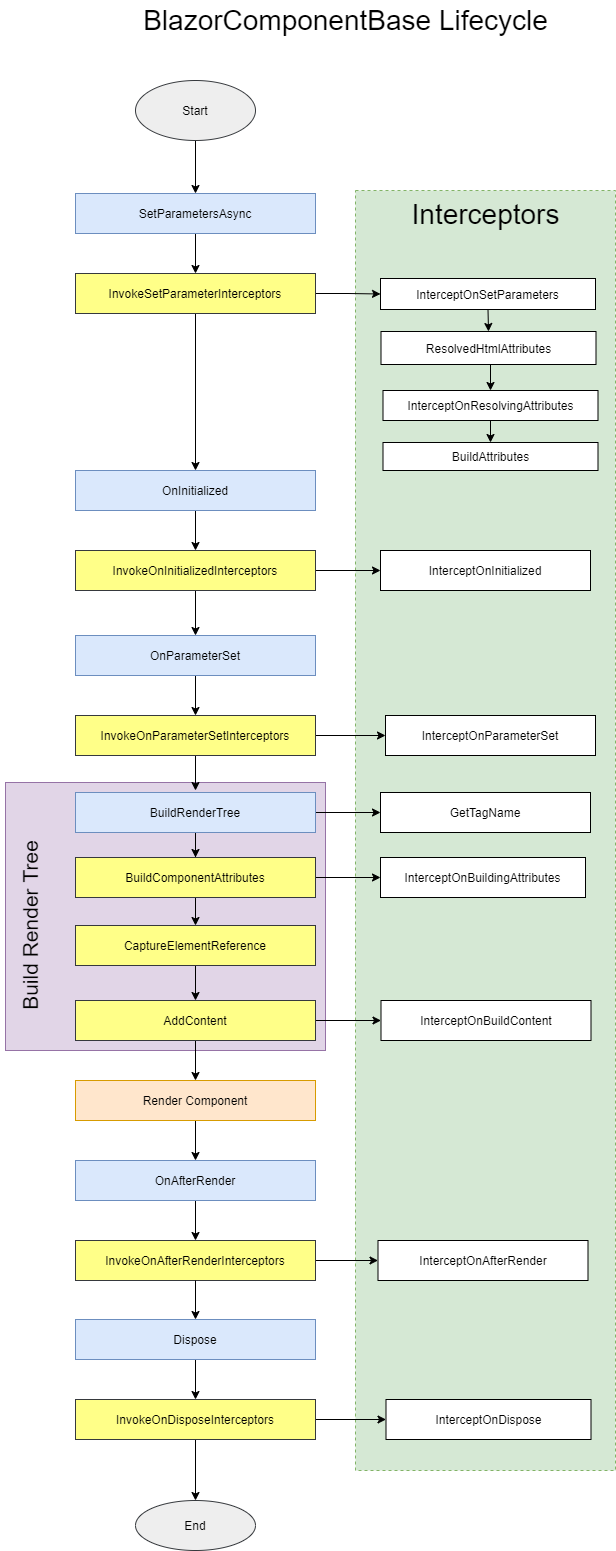
Above: asset/BlazorComponentBaseLifecycle.png in teacher-zhou/ComponentBuilder (draw.io), before the change. Source tidied: cells renumbered, new cells last; positions are measured from the earlier drawing's top-left corner, leaving out a move shared by most shapes.
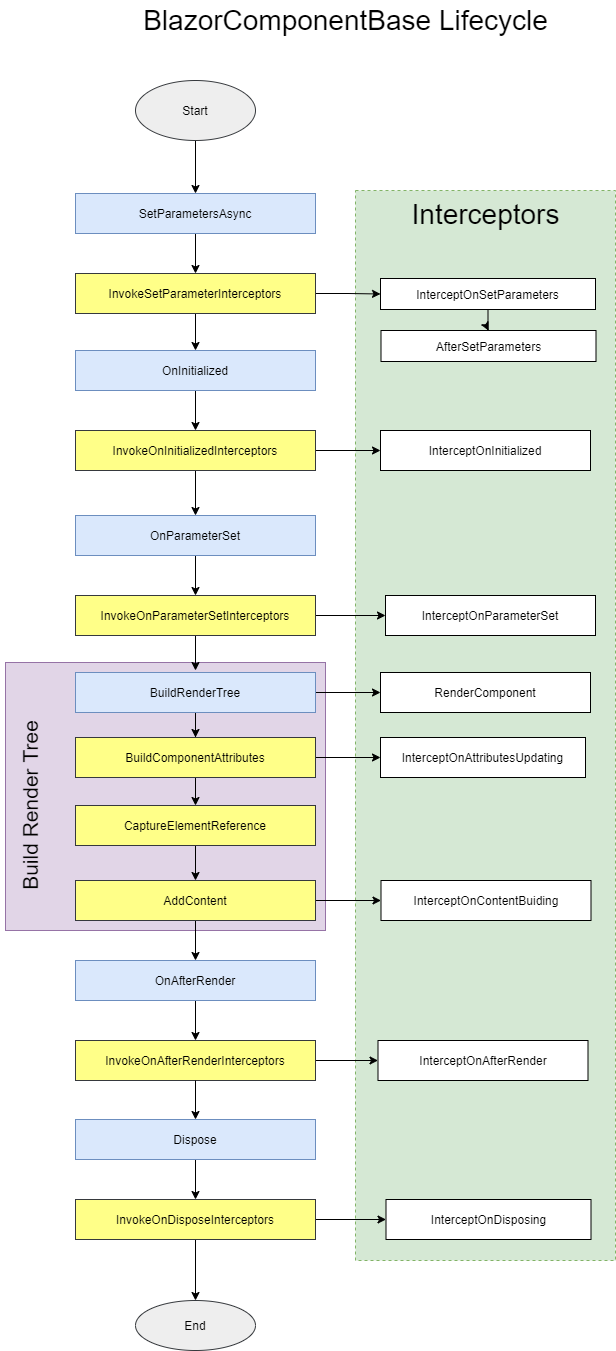
The same diagram one commit later.

Diff of the diagram source:
```diff
@@ -6,19 +6,19 @@
       <mxGeometry x="75" y="782" width="320" height="268" as="geometry" />
     </mxCell>
     <mxCell id="3" style="rounded=0;whiteSpace=wrap;html=1;fontSize=28;dashed=1;fillColor=#d5e8d4;strokeColor=#82b366;" parent="1" vertex="1">
-      <mxGeometry x="425" y="190" width="260" height="1280" as="geometry" />
+      <mxGeometry x="425" y="310" width="260" height="1070" as="geometry" />
     </mxCell>
     <mxCell id="4" style="edgeStyle=orthogonalEdgeStyle;rounded=0;jettySize=auto;html=1;" parent="1" edge="1" source="5" target="7">
       <mxGeometry relative="1" as="geometry" />
     </mxCell>
     <mxCell id="5" value="Start" style="ellipse;whiteSpace=wrap;html=1;fillColor=#eeeeee;strokeColor=#36393d;" parent="1" vertex="1">
-      <mxGeometry x="205" y="80" width="120" height="60" as="geometry" />
+      <mxGeometry x="205" y="200" width="120" height="60" as="geometry" />
     </mxCell>
     <mxCell id="6" style="edgeStyle=orthogonalEdgeStyle;rounded=0;jettySize=auto;html=1;" parent="1" edge="1" source="7" target="10">
       <mxGeometry relative="1" as="geometry" />
     </mxCell>
     <mxCell id="7" value="SetParametersAsync" style="whiteSpace=wrap;html=1;fillColor=#dae8fc;strokeColor=#6c8ebf;" parent="1" vertex="1">
-      <mxGeometry x="145" y="193" width="240" height="40" as="geometry" />
+      <mxGeometry x="145" y="313" width="240" height="40" as="geometry" />
     </mxCell>
     <mxCell id="8" style="edgeStyle=orthogonalEdgeStyle;rounded=0;jettySize=auto;html=1;" parent="1" edge="1" source="10" target="12">
       <mxGeometry relative="1" as="geometry" />
@@ -27,13 +27,13 @@
       <mxGeometry relative="1" as="geometry" />
     </mxCell>
     <mxCell id="10" value="InvokeSetParameterInterceptors" style="whiteSpace=wrap;html=1;fillColor=#ffff88;strokeColor=#36393d;" parent="1" vertex="1">
-      <mxGeometry x="145" y="273" width="240" height="40" as="geometry" />
+      <mxGeometry x="145" y="393" width="240" height="40" as="geometry" />
     </mxCell>
-    <mxCell id="11" style="edgeStyle=orthogonalEdgeStyle;rounded=0;jettySize=auto;html=1;exitX=0.5;exitY=1;exitDx=0;exitDy=0;entryX=0.5;entryY=0;entryDx=0;entryDy=0;" parent="1" edge="1" source="12" target="55">
-      <mxGeometry relative="1" as="geometry" />
-    </mxCell>
+    <mxCell id="62" style="edgeStyle=orthogonalEdgeStyle;rounded=0;jettySize=auto;html=1;" parent="1" edge="1" source="12" target="63">
+      <mxGeometry relative="1" as="geometry" />
+    </mxCell>
     <mxCell id="12" value="InterceptOnSetParameters" style="whiteSpace=wrap;html=1;" parent="1" vertex="1">
-      <mxGeometry x="450" y="278" width="215" height="31" as="geometry" />
+      <mxGeometry x="450" y="398" width="215" height="31" as="geometry" />
     </mxCell>
     <mxCell id="13" style="edgeStyle=orthogonalEdgeStyle;rounded=0;jettySize=auto;html=1;" parent="1" edge="1" source="14" target="17">
       <mxGeometry relative="1" as="geometry" />
@@ -94,45 +94,39 @@
     <mxCell id="31" value="CaptureElementReference" style="whiteSpace=wrap;html=1;fillColor=#ffff88;strokeColor=#36393d;" parent="1" vertex="1">
       <mxGeometry x="145" y="925" width="240" height="40" as="geometry" />
     </mxCell>
-    <mxCell id="32" value="InterceptOnBuildContent" style="whiteSpace=wrap;html=1;" parent="1" vertex="1">
+    <mxCell id="32" value="InterceptOnContentBuiding" style="whiteSpace=wrap;html=1;" parent="1" vertex="1">
       <mxGeometry x="450.5" y="1000" width="210" height="40" as="geometry" />
     </mxCell>
-    <mxCell id="33" value="GetTagName" style="whiteSpace=wrap;html=1;" parent="1" vertex="1">
+    <mxCell id="33" value="RenderComponent" style="whiteSpace=wrap;html=1;" parent="1" vertex="1">
       <mxGeometry x="450" y="792" width="210" height="40" as="geometry" />
     </mxCell>
     <mxCell id="34" style="edgeStyle=orthogonalEdgeStyle;rounded=0;jettySize=auto;html=1;" parent="1" edge="1" source="35" target="37">
       <mxGeometry relative="1" as="geometry" />
     </mxCell>
     <mxCell id="35" value="OnAfterRender" style="whiteSpace=wrap;html=1;fillColor=#dae8fc;strokeColor=#6c8ebf;" parent="1" vertex="1">
-      <mxGeometry x="145" y="1160" width="240" height="40" as="geometry" />
+      <mxGeometry x="145" y="1080" width="240" height="40" as="geometry" />
     </mxCell>
     <mxCell id="36" style="edgeStyle=orthogonalEdgeStyle;rounded=0;jettySize=auto;html=1;" parent="1" edge="1" source="37" target="38">
       <mxGeometry relative="1" as="geometry" />
     </mxCell>
     <mxCell id="37" value="InvokeOnAfterRenderInterceptors" style="whiteSpace=wrap;html=1;fillColor=#ffff88;strokeColor=#36393d;" parent="1" vertex="1">
-      <mxGeometry x="145" y="1240" width="240" height="40" as="geometry" />
+      <mxGeometry x="145" y="1160" width="240" height="40" as="geometry" />
     </mxCell>
     <mxCell id="38" value="InterceptOnAfterRender" style="whiteSpace=wrap;html=1;" parent="1" vertex="1">
-      <mxGeometry x="447.5" y="1240" width="210" height="40" as="geometry" />
+      <mxGeometry x="447.5" y="1160" width="210" height="40" as="geometry" />
     </mxCell>
     <mxCell id="39" value="BlazorComponentBase Lifecycle" style="text;html=1;align=center;verticalAlign=middle;fillColor=none;strokeColor=none;rounded=0;fontSize=28;" parent="1" vertex="1">
-      <mxGeometry x="205" width="420" height="40" as="geometry" />
+      <mxGeometry x="205" y="120" width="420" height="40" as="geometry" />
     </mxCell>
     <mxCell id="40" value="Interceptors" style="text;html=1;align=center;verticalAlign=middle;fillColor=none;strokeColor=none;rounded=0;dashed=1;fontSize=28;" parent="1" vertex="1">
-      <mxGeometry x="475" y="194" width="160" height="40" as="geometry" />
+      <mxGeometry x="475" y="314" width="160" height="40" as="geometry" />
     </mxCell>
     <mxCell id="41" value="End" style="ellipse;whiteSpace=wrap;html=1;fillColor=#eeeeee;strokeColor=#36393d;" parent="1" vertex="1">
-      <mxGeometry x="205" y="1500" width="120" height="50" as="geometry" />
+      <mxGeometry x="205" y="1420" width="120" height="50" as="geometry" />
     </mxCell>
     <mxCell id="42" style="endArrow=classic;html=1;rounded=0;fontSize=28;exitX=0.5;exitY=1;exitDx=0;exitDy=0;" parent="1" edge="1" source="37" target="47">
       <mxGeometry relative="1" as="geometry" />
     </mxCell>
-    <mxCell id="43" style="edgeStyle=orthogonalEdgeStyle;rounded=0;jettySize=auto;html=1;fontSize=28;" parent="1" edge="1" source="44" target="35">
-      <mxGeometry relative="1" as="geometry" />
-    </mxCell>
-    <mxCell id="44" value="Render Component" style="whiteSpace=wrap;html=1;fillColor=#ffe6cc;strokeColor=#d79b00;" parent="1" vertex="1">
-      <mxGeometry x="145" y="1080" width="240" height="40" as="geometry" />
-    </mxCell>
     <mxCell id="45" style="edgeStyle=orthogonalEdgeStyle;rounded=0;jettySize=auto;html=1;fontSize=28;exitX=1;exitY=0.5;exitDx=0;exitDy=0;" parent="1" edge="1" source="50" target="48">
       <mxGeometry relative="1" as="geometry" />
     </mxCell>
@@ -140,16 +134,16 @@
       <mxGeometry relative="1" as="geometry" />
     </mxCell>
     <mxCell id="47" value="Dispose" style="whiteSpace=wrap;html=1;fillColor=#dae8fc;strokeColor=#6c8ebf;" parent="1" vertex="1">
-      <mxGeometry x="145" y="1319" width="240" height="40" as="geometry" />
+      <mxGeometry x="145" y="1239" width="240" height="40" as="geometry" />
     </mxCell>
-    <mxCell id="48" value="InterceptOnDispose" style="whiteSpace=wrap;html=1;" parent="1" vertex="1">
-      <mxGeometry x="455.5" y="1399" width="205" height="40" as="geometry" />
+    <mxCell id="48" value="InterceptOnDisposing" style="whiteSpace=wrap;html=1;" parent="1" vertex="1">
+      <mxGeometry x="455.5" y="1319" width="205" height="40" as="geometry" />
     </mxCell>
     <mxCell id="49" style="edgeStyle=orthogonalEdgeStyle;rounded=0;jettySize=auto;html=1;exitX=0.5;exitY=1;exitDx=0;exitDy=0;entryX=0.5;entryY=0;entryDx=0;entryDy=0;fontSize=21;" parent="1" edge="1" source="50" target="41">
       <mxGeometry relative="1" as="geometry" />
     </mxCell>
     <mxCell id="50" value="InvokeOnDisposeInterceptors" style="whiteSpace=wrap;html=1;fillColor=#ffff88;strokeColor=#36393d;" parent="1" vertex="1">
-      <mxGeometry x="145" y="1399" width="240" height="40" as="geometry" />
+      <mxGeometry x="145" y="1319" width="240" height="40" as="geometry" />
     </mxCell>
     <mxCell id="51" style="edgeStyle=orthogonalEdgeStyle;rounded=0;jettySize=auto;html=1;fontSize=28;" parent="1" edge="1" source="52" target="53">
       <mxGeometry relative="1" as="geometry" />
@@ -157,25 +151,10 @@
     <mxCell id="52" value="BuildComponentAttributes" style="whiteSpace=wrap;html=1;fillColor=#ffff88;strokeColor=#36393d;" parent="1" vertex="1">
       <mxGeometry x="145" y="857" width="240" height="40" as="geometry" />
     </mxCell>
-    <mxCell id="53" value="InterceptOnBuildingAttributes" style="whiteSpace=wrap;html=1;" parent="1" vertex="1">
+    <mxCell id="53" value="InterceptOnAttributesUpdating" style="whiteSpace=wrap;html=1;" parent="1" vertex="1">
       <mxGeometry x="450" y="857" width="205" height="40" as="geometry" />
     </mxCell>
-    <mxCell id="54" style="edgeStyle=orthogonalEdgeStyle;rounded=0;jettySize=auto;html=1;exitX=0.5;exitY=1;exitDx=0;exitDy=0;entryX=0.5;entryY=0;entryDx=0;entryDy=0;" parent="1" edge="1" source="55" target="57">
-      <mxGeometry relative="1" as="geometry" />
-    </mxCell>
-    <mxCell id="55" value="ResolvedHtmlAttributes" style="whiteSpace=wrap;html=1;" parent="1" vertex="1">
-      <mxGeometry x="450.5" y="331" width="215" height="33" as="geometry" />
-    </mxCell>
-    <mxCell id="56" style="edgeStyle=orthogonalEdgeStyle;rounded=0;jettySize=auto;html=1;exitX=0.5;exitY=1;exitDx=0;exitDy=0;entryX=0.5;entryY=0;entryDx=0;entryDy=0;" parent="1" edge="1" source="57" target="58">
-      <mxGeometry relative="1" as="geometry" />
-    </mxCell>
-    <mxCell id="57" value="InterceptOnResolvingAttributes" style="whiteSpace=wrap;html=1;" parent="1" vertex="1">
-      <mxGeometry x="452.5" y="390" width="215" height="30" as="geometry" />
-    </mxCell>
-    <mxCell id="58" value="BuildAttributes" style="whiteSpace=wrap;html=1;" parent="1" vertex="1">
-      <mxGeometry x="452.5" y="442" width="215" height="28" as="geometry" />
-    </mxCell>
-    <mxCell id="59" style="edgeStyle=orthogonalEdgeStyle;rounded=0;jettySize=auto;html=1;" parent="1" edge="1" source="60" target="44">
+    <mxCell id="59" style="edgeStyle=orthogonalEdgeStyle;rounded=0;jettySize=auto;html=1;" parent="1" edge="1" source="60" target="35">
       <mxGeometry relative="1" as="geometry" />
     </mxCell>
     <mxCell id="60" value="AddContent" style="whiteSpace=wrap;html=1;fillColor=#ffff88;strokeColor=#36393d;" parent="1" vertex="1">
@@ -184,5 +163,8 @@
     <mxCell id="61" value="Build Render Tree" style="text;html=1;strokeColor=none;fillColor=none;align=center;verticalAlign=middle;whiteSpace=wrap;rounded=0;direction=west;rotation=-90;fontSize=21;" parent="1" vertex="1">
       <mxGeometry y="895" width="200" height="60" as="geometry" />
     </mxCell>
+    <mxCell id="63" value="AfterSetParameters" style="whiteSpace=wrap;html=1;" parent="1" vertex="1">
+      <mxGeometry x="450.5" y="450" width="215" height="31" as="geometry" />
+    </mxCell>
   </root>
 </mxGraphModel>
```
